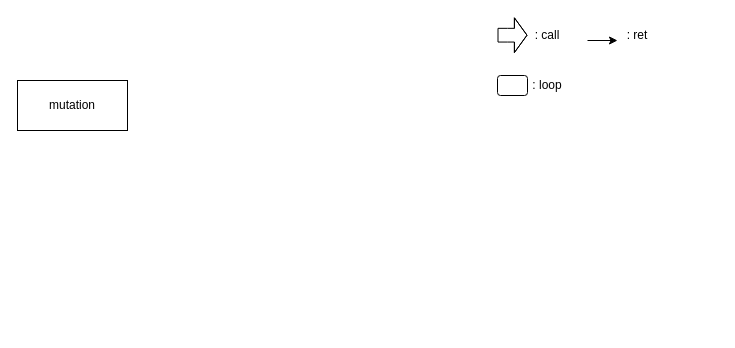
Above: GA/mutation.drawio in fr0g2s/p (draw.io), before the change. Source tidied: cells renumbered, new cells numbered last; positions are measured from the earlier drawing's top-left corner, leaving out a move shared by most shapes. Both pictures are drawn from the tidied source at 100%, with x=0, y=0 at pixel (17, 20).
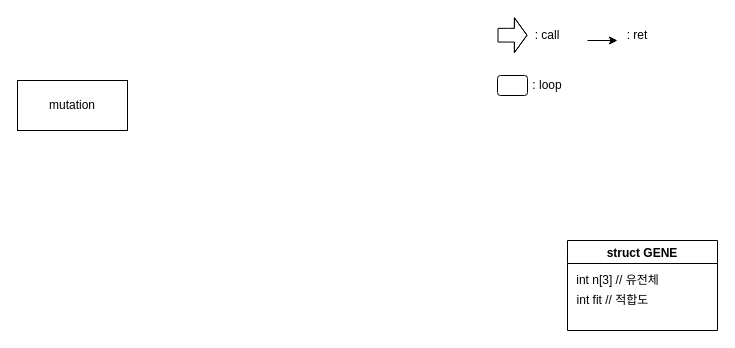
The same diagram, later.

The edit, as a diff of the source:
```diff
@@
 <mxGraphModel>
   <root>
     <mxCell id="0" />
     <mxCell id="1" parent="0" />
     <mxCell id="2" style="shape=flexArrow;endArrow=classic;html=1;rounded=0;strokeWidth=1;edgeStyle=orthogonalEdgeStyle;width=13.714285714285714;endSize=3.8628571428571425;" parent="1" edge="1">
       <mxGeometry relative="1" as="geometry">
         <mxPoint x="480" y="14.7" as="sourcePoint" />
         <mxPoint x="510" y="14.7" as="targetPoint" />
         <Array as="points">
           <mxPoint x="490" y="15" />
           <mxPoint x="490" y="15" />
         </Array>
       </mxGeometry>
     </mxCell>
     <mxCell id="3" value=": call" style="text;html=1;strokeColor=none;fillColor=none;align=center;verticalAlign=middle;whiteSpace=wrap;rounded=0;" parent="1" vertex="1">
       <mxGeometry x="500" width="60" height="30" as="geometry" />
     </mxCell>
     <mxCell id="4" style="endArrow=classic;html=1;rounded=0;strokeWidth=1;edgeStyle=orthogonalEdgeStyle;" parent="1" edge="1">
       <mxGeometry relative="1" as="geometry">
         <mxPoint x="570" y="20" as="sourcePoint" />
         <mxPoint x="600" y="20" as="targetPoint" />
       </mxGeometry>
     </mxCell>
     <mxCell id="5" value=": ret" style="text;html=1;strokeColor=none;fillColor=none;align=center;verticalAlign=middle;whiteSpace=wrap;rounded=0;" parent="1" vertex="1">
       <mxGeometry x="590" width="60" height="30" as="geometry" />
     </mxCell>
     <mxCell id="6" style="rounded=1;whiteSpace=wrap;html=1;fillColor=none;strokeColor=default;shadow=0;sketch=0;glass=1;" parent="1" vertex="1">
       <mxGeometry x="480" y="55" width="30" height="20" as="geometry" />
     </mxCell>
     <mxCell id="7" value=": loop" style="text;html=1;strokeColor=none;fillColor=none;align=center;verticalAlign=middle;whiteSpace=wrap;rounded=0;" parent="1" vertex="1">
       <mxGeometry x="500" y="50" width="60" height="30" as="geometry" />
     </mxCell>
     <mxCell id="8" value="mutation" style="rounded=0;whiteSpace=wrap;html=1;" parent="1" vertex="1">
       <mxGeometry y="60" width="110" height="50" as="geometry" />
     </mxCell>
+    <mxCell id="9" value="struct GENE" style="swimlane;" parent="1" vertex="1">
+      <mxGeometry x="550" y="220" width="150" height="90" as="geometry" />
+    </mxCell>
+    <mxCell id="10" value="int n[3] // 유전체" style="text;html=1;align=center;verticalAlign=middle;strokeColor=none;fillColor=none;" parent="9" vertex="1">
+      <mxGeometry y="30" width="100" height="20" as="geometry" />
+    </mxCell>
+    <mxCell id="11" value="int fit // 적합도" style="text;html=1;align=center;verticalAlign=middle;strokeColor=none;fillColor=none;" parent="9" vertex="1">
+      <mxGeometry y="50" width="90" height="20" as="geometry" />
+    </mxCell>
   </root>
 </mxGraphModel>
```
